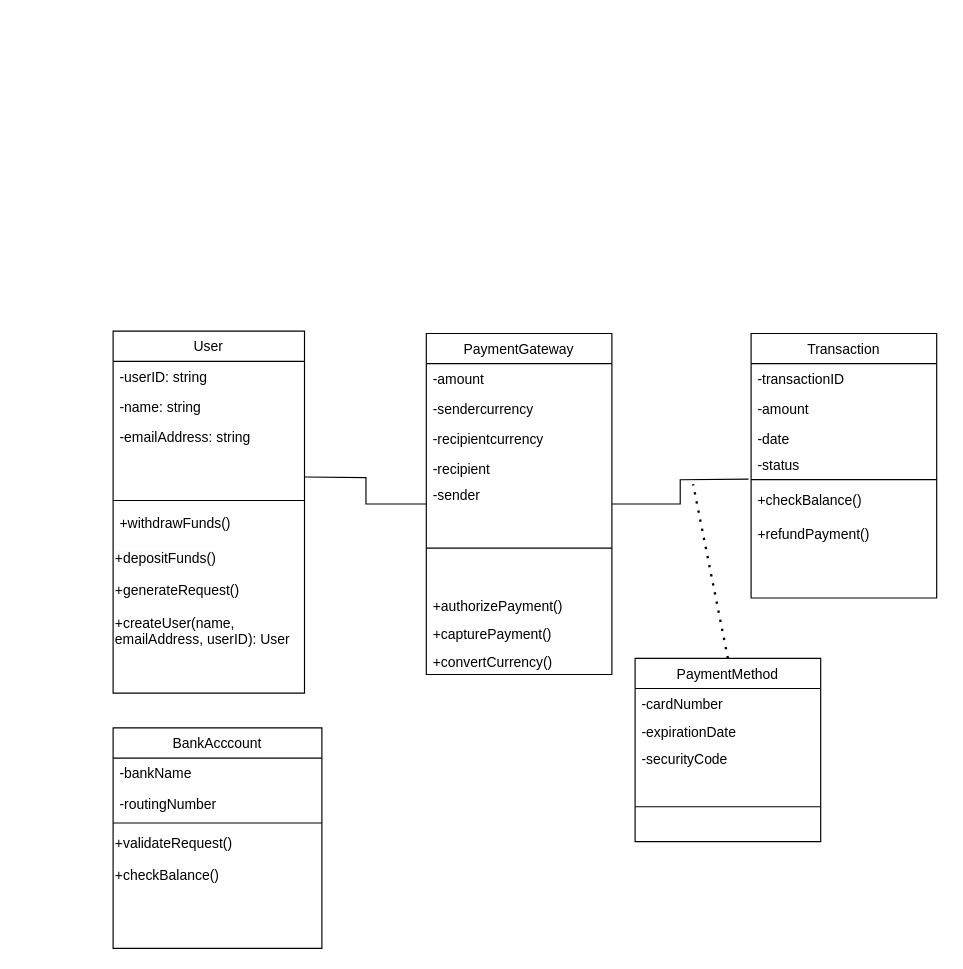
Earlier version of the draw.io diagram designclassdiagram.drawio (LordDdanielHan/test). Source tidied: cells renumbered, new cells numbered last; positions are measured from the earlier drawing's top-left corner, leaving out a move shared by most shapes. Both pictures are drawn from the tidied source at 116%, with x=0, y=0 at pixel (113, 331).
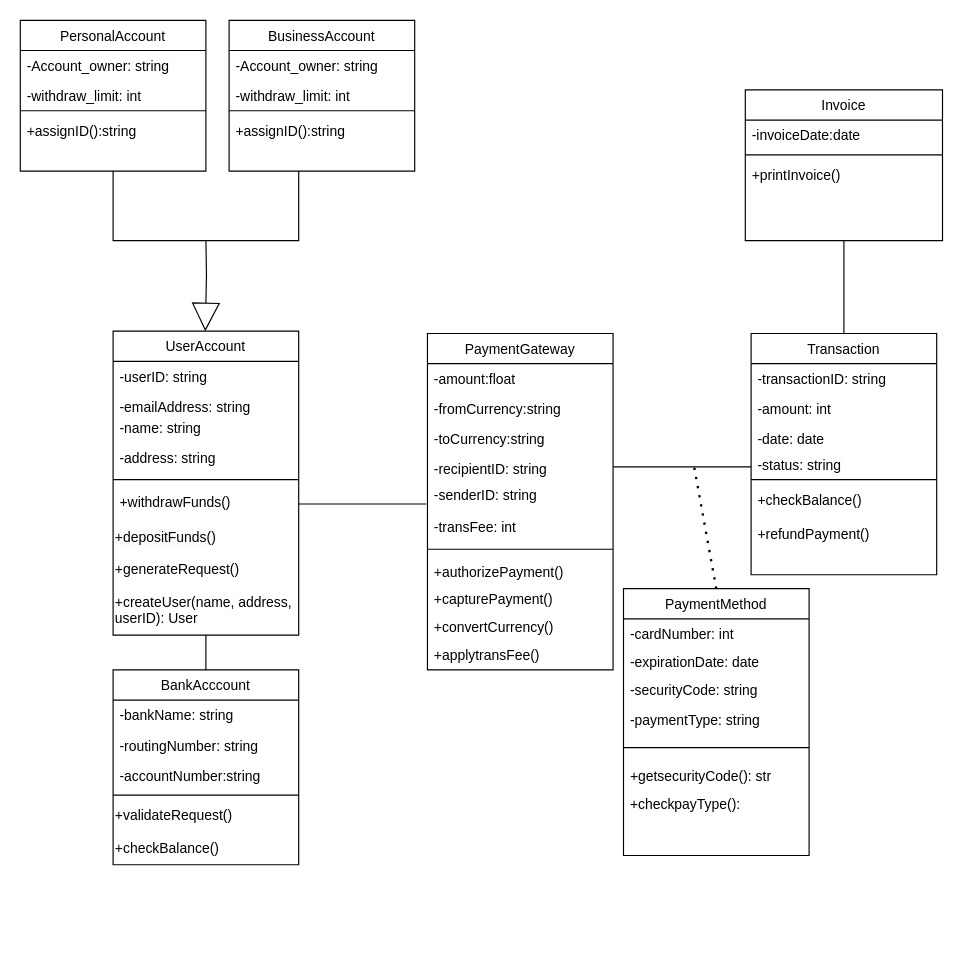
The same diagram, later.

What changed in the source:
```diff
@@
+    <mxCell id="43" style="edgeStyle=orthogonalEdgeStyle;rounded=0;orthogonalLoop=1;jettySize=auto;html=1;entryX=0.5;entryY=1;entryDx=0;entryDy=0;endArrow=block;endFill=0;strokeWidth=1;endSize=22;" parent="1" edge="1">
+      <mxGeometry relative="1" as="geometry">
+        <mxPoint x="80" y="-78" as="sourcePoint" />
+        <mxPoint x="79.5" as="targetPoint" />
+      </mxGeometry>
+    </mxCell>
-    <mxCell id="2" value="User" style="swimlane;fontStyle=0;align=center;verticalAlign=top;horizontal=1;startSize=26;rounded=0;shadow=0;strokeWidth=1;" parent="1" vertex="1">
-      <mxGeometry width="165" height="312" as="geometry" />
+    <mxCell id="2" value="UserAccount" style="swimlane;fontStyle=0;align=center;verticalAlign=top;horizontal=1;startSize=26;rounded=0;shadow=0;strokeWidth=1;" parent="1" vertex="1">
+      <mxGeometry width="160" height="262" as="geometry" />
     </mxCell>
     <mxCell id="3" value="-userID: string" style="text;align=left;verticalAlign=top;spacingLeft=4;spacingRight=4;overflow=hidden;" parent="2" vertex="1">
-      <mxGeometry y="26" width="165" height="26" as="geometry" />
+      <mxGeometry y="26" width="160" height="26" as="geometry" />
     </mxCell>
+    <mxCell id="5" value="-emailAddress: string&#10;" style="text;align=left;verticalAlign=top;spacingLeft=4;spacingRight=4;overflow=hidden;rounded=0;shadow=0;html=0;" parent="2" vertex="1">
+      <mxGeometry y="52" width="160" height="18" as="geometry" />
+    </mxCell>
     <mxCell id="4" value="-name: string" style="text;align=left;verticalAlign=top;spacingLeft=4;spacingRight=4;overflow=hidden;rounded=0;shadow=0;html=0;" parent="2" vertex="1">
-      <mxGeometry y="52" width="165" height="26" as="geometry" />
+      <mxGeometry y="70" width="160" height="26" as="geometry" />
     </mxCell>
-    <mxCell id="5" value="-emailAddress: string&#10;" style="text;align=left;verticalAlign=top;spacingLeft=4;spacingRight=4;overflow=hidden;rounded=0;shadow=0;html=0;" parent="2" vertex="1">
-      <mxGeometry y="78" width="165" height="62" as="geometry" />
-    </mxCell>
+    <mxCell id="44" value="-address: string" style="text;align=left;verticalAlign=top;spacingLeft=4;spacingRight=4;overflow=hidden;rounded=0;shadow=0;html=0;" parent="2" vertex="1">
+      <mxGeometry y="96" width="160" height="26" as="geometry" />
+    </mxCell>
     <mxCell id="6" style="line;html=1;strokeWidth=1;align=left;verticalAlign=middle;spacingTop=-1;spacingLeft=3;spacingRight=3;labelPosition=right;" parent="2" vertex="1">
-      <mxGeometry y="140" width="165" height="12" as="geometry" />
+      <mxGeometry y="122" width="160" height="12" as="geometry" />
     </mxCell>
     <mxCell id="7" value="+withdrawFunds()" style="text;align=left;verticalAlign=top;spacingLeft=4;spacingRight=4;overflow=hidden;points=[[0,0.5],[1,0.5]];portConstraint=eastwest;" parent="2" vertex="1">
-      <mxGeometry y="152" width="165" height="30" as="geometry" />
+      <mxGeometry y="134" width="160" height="30" as="geometry" />
     </mxCell>
     <mxCell id="8" value="&lt;span style=&quot;color: rgb(0, 0, 0); font-family: Helvetica; font-size: 12px; font-style: normal; font-variant-ligatures: normal; font-variant-caps: normal; font-weight: 400; letter-spacing: normal; orphans: 2; text-align: left; text-indent: 0px; text-transform: none; widows: 2; word-spacing: 0px; -webkit-text-stroke-width: 0px; white-space: nowrap; background-color: rgb(251, 251, 251); text-decoration-thickness: initial; text-decoration-style: initial; text-decoration-color: initial; display: inline !important; float: none;&quot;&gt;+depositFunds()&lt;/span&gt;" style="text;whiteSpace=wrap;html=1;" parent="2" vertex="1">
-      <mxGeometry y="182" width="165" height="28" as="geometry" />
+      <mxGeometry y="164" width="160" height="28" as="geometry" />
     </mxCell>
     <mxCell id="9" value="&lt;span style=&quot;text-wrap: nowrap;&quot;&gt;+generateRequest()&lt;/span&gt;" style="text;whiteSpace=wrap;html=1;" parent="2" vertex="1">
-      <mxGeometry y="210" width="165" height="28" as="geometry" />
+      <mxGeometry y="192" width="160" height="28" as="geometry" />
     </mxCell>
-    <mxCell id="10" value="&lt;span style=&quot;text-wrap: nowrap;&quot;&gt;+createUser(name,&amp;nbsp;&lt;/span&gt;&lt;div&gt;&lt;span style=&quot;text-wrap: nowrap;&quot;&gt;emailAddress, userID): User&lt;/span&gt;&lt;/div&gt;" style="text;whiteSpace=wrap;html=1;" parent="2" vertex="1">
-      <mxGeometry y="238" width="165" height="28" as="geometry" />
+    <mxCell id="10" value="&lt;span style=&quot;text-wrap: nowrap;&quot;&gt;+createUser(name, a&lt;/span&gt;&lt;span style=&quot;text-wrap: nowrap; background-color: initial;&quot;&gt;ddress,&amp;nbsp;&lt;/span&gt;&lt;div&gt;&lt;span style=&quot;text-wrap: nowrap; background-color: initial;&quot;&gt;userID): User&lt;/span&gt;&lt;/div&gt;" style="text;whiteSpace=wrap;html=1;" parent="2" vertex="1">
+      <mxGeometry y="220" width="160" height="28" as="geometry" />
     </mxCell>
+    <mxCell id="45" style="edgeStyle=orthogonalEdgeStyle;rounded=0;jettySize=auto;html=1;exitX=0.5;exitY=0;exitDx=0;exitDy=0;entryX=0.5;entryY=1;entryDx=0;entryDy=0;endArrow=none;endFill=0;" parent="1" edge="1" source="11" target="2">
+      <mxGeometry relative="1" as="geometry" />
+    </mxCell>
     <mxCell id="11" value="BankAcccount" style="swimlane;fontStyle=0;align=center;verticalAlign=top;horizontal=1;startSize=26;rounded=0;shadow=0;strokeWidth=1;" parent="1" vertex="1">
-      <mxGeometry y="342" width="180" height="190" as="geometry" />
+      <mxGeometry y="292" width="160" height="168" as="geometry" />
     </mxCell>
-    <mxCell id="12" value="-bankName" style="text;align=left;verticalAlign=top;spacingLeft=4;spacingRight=4;overflow=hidden;" parent="11" vertex="1">
-      <mxGeometry y="26" width="180" height="26" as="geometry" />
+    <mxCell id="12" value="-bankName: string" style="text;align=left;verticalAlign=top;spacingLeft=4;spacingRight=4;overflow=hidden;" parent="11" vertex="1">
+      <mxGeometry y="26" width="160" height="26" as="geometry" />
     </mxCell>
-    <mxCell id="13" value="-routingNumber" style="text;align=left;verticalAlign=top;spacingLeft=4;spacingRight=4;overflow=hidden;rounded=0;shadow=0;html=0;" parent="11" vertex="1">
-      <mxGeometry y="52" width="180" height="26" as="geometry" />
+    <mxCell id="13" value="-routingNumber: string" style="text;align=left;verticalAlign=top;spacingLeft=4;spacingRight=4;overflow=hidden;rounded=0;shadow=0;html=0;" parent="11" vertex="1">
+      <mxGeometry y="52" width="160" height="26" as="geometry" />
     </mxCell>
+    <mxCell id="46" value="-accountNumber:string" style="text;align=left;verticalAlign=top;spacingLeft=4;spacingRight=4;overflow=hidden;rounded=0;shadow=0;html=0;" parent="11" vertex="1">
+      <mxGeometry y="78" width="160" height="26" as="geometry" />
+    </mxCell>
     <mxCell id="14" style="line;html=1;strokeWidth=1;align=left;verticalAlign=middle;spacingTop=-1;spacingLeft=3;spacingRight=3;labelPosition=right;" parent="11" vertex="1">
-      <mxGeometry y="78" width="180" height="8" as="geometry" />
+      <mxGeometry y="104" width="160" height="8" as="geometry" />
     </mxCell>
     <mxCell id="15" value="&lt;span style=&quot;text-wrap: nowrap;&quot;&gt;+validateRequest()&lt;/span&gt;" style="text;whiteSpace=wrap;html=1;" parent="11" vertex="1">
-      <mxGeometry y="86" width="180" height="28" as="geometry" />
+      <mxGeometry y="112" width="160" height="28" as="geometry" />
     </mxCell>
     <mxCell id="16" value="&lt;span style=&quot;text-wrap: nowrap;&quot;&gt;+checkBalance()&lt;/span&gt;" style="text;whiteSpace=wrap;html=1;" parent="11" vertex="1">
-      <mxGeometry y="114" width="180" height="28" as="geometry" />
+      <mxGeometry y="140" width="160" height="28" as="geometry" />
     </mxCell>
+    <mxCell id="47" style="edgeStyle=orthogonalEdgeStyle;rounded=0;jettySize=auto;html=1;endArrow=none;endFill=0;" parent="1" edge="1" source="17">
+      <mxGeometry relative="1" as="geometry">
+        <mxPoint x="630" y="-78" as="targetPoint" />
+      </mxGeometry>
+    </mxCell>
     <mxCell id="17" value="Transaction" style="swimlane;fontStyle=0;align=center;verticalAlign=top;horizontal=1;startSize=26;rounded=0;shadow=0;strokeWidth=1;" parent="1" vertex="1">
-      <mxGeometry x="550" y="2" width="160" height="228" as="geometry" />
+      <mxGeometry x="550" y="2" width="160" height="208" as="geometry" />
     </mxCell>
-    <mxCell id="18" value="-transactionID" style="text;align=left;verticalAlign=top;spacingLeft=4;spacingRight=4;overflow=hidden;" parent="17" vertex="1">
+    <mxCell id="18" value="-transactionID: string" style="text;align=left;verticalAlign=top;spacingLeft=4;spacingRight=4;overflow=hidden;" parent="17" vertex="1">
       <mxGeometry y="26" width="160" height="26" as="geometry" />
     </mxCell>
-    <mxCell id="19" value="-amount" style="text;align=left;verticalAlign=top;spacingLeft=4;spacingRight=4;overflow=hidden;rounded=0;shadow=0;html=0;" parent="17" vertex="1">
+    <mxCell id="19" value="-amount: int" style="text;align=left;verticalAlign=top;spacingLeft=4;spacingRight=4;overflow=hidden;rounded=0;shadow=0;html=0;" parent="17" vertex="1">
       <mxGeometry y="52" width="160" height="26" as="geometry" />
     </mxCell>
-    <mxCell id="20" value="-date&#10;" style="text;align=left;verticalAlign=top;spacingLeft=4;spacingRight=4;overflow=hidden;rounded=0;shadow=0;html=0;" parent="17" vertex="1">
+    <mxCell id="20" value="-date: date&#10;" style="text;align=left;verticalAlign=top;spacingLeft=4;spacingRight=4;overflow=hidden;rounded=0;shadow=0;html=0;" parent="17" vertex="1">
       <mxGeometry y="78" width="160" height="22" as="geometry" />
     </mxCell>
-    <mxCell id="21" value="-status" style="text;align=left;verticalAlign=top;spacingLeft=4;spacingRight=4;overflow=hidden;points=[[0,0.5],[1,0.5]];portConstraint=eastwest;rounded=0;shadow=0;html=0;" parent="17" vertex="1">
+    <mxCell id="21" value="-status: string" style="text;align=left;verticalAlign=top;spacingLeft=4;spacingRight=4;overflow=hidden;points=[[0,0.5],[1,0.5]];portConstraint=eastwest;rounded=0;shadow=0;html=0;" parent="17" vertex="1">
       <mxGeometry y="100" width="160" height="22" as="geometry" />
     </mxCell>
@@
     <mxCell id="25" value="PaymentMethod" style="swimlane;fontStyle=0;align=center;verticalAlign=top;horizontal=1;startSize=26;rounded=0;shadow=0;strokeWidth=1;" parent="1" vertex="1">
-      <mxGeometry x="450" y="282" width="160" height="158" as="geometry" />
+      <mxGeometry x="440" y="222" width="160" height="230" as="geometry" />
     </mxCell>
-    <mxCell id="26" value="-cardNumber" style="text;align=left;verticalAlign=top;spacingLeft=4;spacingRight=4;overflow=hidden;" parent="25" vertex="1">
+    <mxCell id="26" value="-cardNumber: int" style="text;align=left;verticalAlign=top;spacingLeft=4;spacingRight=4;overflow=hidden;" parent="25" vertex="1">
       <mxGeometry y="26" width="160" height="24" as="geometry" />
     </mxCell>
-    <mxCell id="27" value="-expirationDate" style="text;align=left;verticalAlign=top;spacingLeft=4;spacingRight=4;overflow=hidden;" parent="25" vertex="1">
+    <mxCell id="27" value="-expirationDate: date" style="text;align=left;verticalAlign=top;spacingLeft=4;spacingRight=4;overflow=hidden;" parent="25" vertex="1">
       <mxGeometry y="50" width="160" height="24" as="geometry" />
     </mxCell>
-    <mxCell id="28" value="-securityCode" style="text;align=left;verticalAlign=top;spacingLeft=4;spacingRight=4;overflow=hidden;" parent="25" vertex="1">
-      <mxGeometry y="74" width="160" height="24" as="geometry" />
+    <mxCell id="28" value="-securityCode: string" style="text;align=left;verticalAlign=top;spacingLeft=4;spacingRight=4;overflow=hidden;" parent="25" vertex="1">
+      <mxGeometry y="74" width="160" height="26" as="geometry" />
     </mxCell>
+    <mxCell id="48" value="-paymentType: string" style="text;align=left;verticalAlign=top;spacingLeft=4;spacingRight=4;overflow=hidden;" parent="25" vertex="1">
+      <mxGeometry y="100" width="160" height="26" as="geometry" />
+    </mxCell>
     <mxCell id="29" style="line;html=1;strokeWidth=1;align=left;verticalAlign=middle;spacingTop=-1;spacingLeft=3;spacingRight=3;labelPosition=right;" parent="25" vertex="1">
-      <mxGeometry y="98" width="160" height="60" as="geometry" />
+      <mxGeometry y="126" width="160" height="22" as="geometry" />
     </mxCell>
+    <mxCell id="49" value="+getsecurityCode(): str" style="text;align=left;verticalAlign=top;spacingLeft=4;spacingRight=4;overflow=hidden;" parent="25" vertex="1">
+      <mxGeometry y="148" width="160" height="24" as="geometry" />
+    </mxCell>
+    <mxCell id="50" value="+checkpayType():" style="text;align=left;verticalAlign=top;spacingLeft=4;spacingRight=4;overflow=hidden;" parent="25" vertex="1">
+      <mxGeometry y="172" width="160" height="58" as="geometry" />
+    </mxCell>
     <mxCell id="30" value="PaymentGateway" style="swimlane;fontStyle=0;align=center;verticalAlign=top;horizontal=1;startSize=26;rounded=0;shadow=0;strokeWidth=1;" parent="1" vertex="1">
-      <mxGeometry x="270" y="2" width="160" height="294" as="geometry" />
+      <mxGeometry x="271" y="2" width="160" height="290" as="geometry" />
     </mxCell>
-    <mxCell id="31" value="-amount" style="text;align=left;verticalAlign=top;spacingLeft=4;spacingRight=4;overflow=hidden;" parent="30" vertex="1">
+    <mxCell id="31" value="-amount:float" style="text;align=left;verticalAlign=top;spacingLeft=4;spacingRight=4;overflow=hidden;" parent="30" vertex="1">
       <mxGeometry y="26" width="160" height="26" as="geometry" />
     </mxCell>
-    <mxCell id="32" value="-sendercurrency" style="text;align=left;verticalAlign=top;spacingLeft=4;spacingRight=4;overflow=hidden;" parent="30" vertex="1">
+    <mxCell id="32" value="-fromCurrency:string" style="text;align=left;verticalAlign=top;spacingLeft=4;spacingRight=4;overflow=hidden;" parent="30" vertex="1">
       <mxGeometry y="52" width="160" height="26" as="geometry" />
     </mxCell>
-    <mxCell id="33" value="-recipientcurrency" style="text;align=left;verticalAlign=top;spacingLeft=4;spacingRight=4;overflow=hidden;" parent="30" vertex="1">
+    <mxCell id="33" value="-toCurrency:string" style="text;align=left;verticalAlign=top;spacingLeft=4;spacingRight=4;overflow=hidden;" parent="30" vertex="1">
       <mxGeometry y="78" width="160" height="26" as="geometry" />
     </mxCell>
-    <mxCell id="34" value="-recipient" style="text;align=left;verticalAlign=top;spacingLeft=4;spacingRight=4;overflow=hidden;points=[[0,0.5],[1,0.5]];portConstraint=eastwest;rounded=0;shadow=0;html=0;" parent="30" vertex="1">
+    <mxCell id="34" value="-recipientID: string" style="text;align=left;verticalAlign=top;spacingLeft=4;spacingRight=4;overflow=hidden;points=[[0,0.5],[1,0.5]];portConstraint=eastwest;rounded=0;shadow=0;html=0;" parent="30" vertex="1">
       <mxGeometry y="104" width="160" height="22" as="geometry" />
     </mxCell>
-    <mxCell id="35" value="-sender" style="text;align=left;verticalAlign=top;spacingLeft=4;spacingRight=4;overflow=hidden;rounded=0;shadow=0;html=0;" parent="30" vertex="1">
-      <mxGeometry y="126" width="160" height="22" as="geometry" />
+    <mxCell id="35" value="-senderID: string&#10;&#10;-transFee: int" style="text;align=left;verticalAlign=top;spacingLeft=4;spacingRight=4;overflow=hidden;rounded=0;shadow=0;html=0;" parent="30" vertex="1">
+      <mxGeometry y="126" width="160" height="54" as="geometry" />
     </mxCell>
     <mxCell id="36" style="line;html=1;strokeWidth=1;align=left;verticalAlign=middle;spacingTop=-1;spacingLeft=3;spacingRight=3;labelPosition=right;" parent="30" vertex="1">
-      <mxGeometry y="148" width="160" height="74" as="geometry" />
+      <mxGeometry y="180" width="160" height="12" as="geometry" />
     </mxCell>
     <mxCell id="37" value="+authorizePayment()" style="text;align=left;verticalAlign=top;spacingLeft=4;spacingRight=4;overflow=hidden;" parent="30" vertex="1">
-      <mxGeometry y="222" width="160" height="24" as="geometry" />
+      <mxGeometry y="192" width="160" height="24" as="geometry" />
     </mxCell>
     <mxCell id="38" value="+capturePayment()" style="text;align=left;verticalAlign=top;spacingLeft=4;spacingRight=4;overflow=hidden;" parent="30" vertex="1">
-      <mxGeometry y="246" width="160" height="24" as="geometry" />
+      <mxGeometry y="216" width="160" height="24" as="geometry" />
     </mxCell>
-    <mxCell id="39" value="+convertCurrency()" style="text;align=left;verticalAlign=top;spacingLeft=4;spacingRight=4;overflow=hidden;" parent="30" vertex="1">
-      <mxGeometry y="270" width="160" height="24" as="geometry" />
+    <mxCell id="39" value="+convertCurrency()&#10;&#10;" style="text;align=left;verticalAlign=top;spacingLeft=4;spacingRight=4;overflow=hidden;" parent="30" vertex="1">
+      <mxGeometry y="240" width="160" height="24" as="geometry" />
     </mxCell>
+    <mxCell id="51" value="+applytransFee()" style="text;align=left;verticalAlign=top;spacingLeft=4;spacingRight=4;overflow=hidden;" parent="30" vertex="1">
+      <mxGeometry y="264" width="160" height="24" as="geometry" />
+    </mxCell>
-    <mxCell id="40" style="endArrow=none;dashed=1;html=1;dashPattern=1 3;strokeWidth=2;rounded=0;exitX=0.5;exitY=0;exitDx=0;exitDy=0;" parent="1" edge="1" source="25">
+    <mxCell id="40" style="endArrow=none;dashed=1;html=1;dashPattern=1 3;strokeWidth=2;rounded=0;exitX=0.5;exitY=0;exitDx=0;exitDy=0;" parent="1" edge="1">
       <mxGeometry relative="1" as="geometry">
-        <mxPoint x="500" y="132" as="targetPoint" />
+        <mxPoint x="520" y="222" as="sourcePoint" />
+        <mxPoint x="500" y="112" as="targetPoint" />
       </mxGeometry>
     </mxCell>
-    <mxCell id="41" style="edgeStyle=orthogonalEdgeStyle;rounded=0;jettySize=auto;html=1;exitX=1;exitY=0.5;exitDx=0;exitDy=0;endArrow=none;endFill=0;entryX=0;entryY=0.5;entryDx=0;entryDy=0;" parent="1" edge="1" target="30">
-      <mxGeometry relative="1" as="geometry">
-        <mxPoint x="165" y="125.7" as="sourcePoint" />
-      </mxGeometry>
-    </mxCell>
-    <mxCell id="42" style="edgeStyle=orthogonalEdgeStyle;rounded=0;jettySize=auto;html=1;exitX=1;exitY=0.5;exitDx=0;exitDy=0;entryX=-0.014;entryY=0.163;entryDx=0;entryDy=0;entryPerimeter=0;endArrow=none;endFill=0;" parent="1" edge="1" source="30">
-      <mxGeometry relative="1" as="geometry">
-        <mxPoint x="547.8" y="127.6" as="targetPoint" />
-      </mxGeometry>
-    </mxCell>
+    <mxCell id="52" style="edgeStyle=orthogonalEdgeStyle;rounded=0;jettySize=auto;html=1;exitX=1;exitY=0.5;exitDx=0;exitDy=0;entryX=0;entryY=0.682;entryDx=0;entryDy=0;entryPerimeter=0;endArrow=none;endFill=0;" parent="1" edge="1" source="34" target="21">
+      <mxGeometry relative="1" as="geometry" />
+    </mxCell>
+    <mxCell id="53" style="edgeStyle=orthogonalEdgeStyle;rounded=0;jettySize=auto;html=1;exitX=1;exitY=0.5;exitDx=0;exitDy=0;endArrow=none;endFill=0;" parent="1" edge="1" source="7">
+      <mxGeometry relative="1" as="geometry">
+        <mxPoint x="270" y="149" as="targetPoint" />
+      </mxGeometry>
+    </mxCell>
+    <mxCell id="54" value="BusinessAccount" style="swimlane;fontStyle=0;align=center;verticalAlign=top;horizontal=1;startSize=26;rounded=0;shadow=0;strokeWidth=1;" parent="1" vertex="1">
+      <mxGeometry x="100" y="-268" width="160" height="130" as="geometry" />
+    </mxCell>
+    <mxCell id="55" value="-Account_owner: string" style="text;align=left;verticalAlign=top;spacingLeft=4;spacingRight=4;overflow=hidden;rounded=0;shadow=0;html=0;" parent="54" vertex="1">
+      <mxGeometry y="26" width="160" height="26" as="geometry" />
+    </mxCell>
+    <mxCell id="56" value="-withdraw_limit: int" style="text;align=left;verticalAlign=top;spacingLeft=4;spacingRight=4;overflow=hidden;rounded=0;shadow=0;html=0;" parent="54" vertex="1">
+      <mxGeometry y="52" width="160" height="22" as="geometry" />
+    </mxCell>
+    <mxCell id="57" style="line;html=1;strokeWidth=1;align=left;verticalAlign=middle;spacingTop=-1;spacingLeft=3;spacingRight=3;labelPosition=right;" parent="54" vertex="1">
+      <mxGeometry y="74" width="160" height="8" as="geometry" />
+    </mxCell>
+    <mxCell id="58" value="+assignID():string" style="text;align=left;verticalAlign=top;spacingLeft=4;spacingRight=4;overflow=hidden;" parent="54" vertex="1">
+      <mxGeometry y="82" width="160" height="30" as="geometry" />
+    </mxCell>
+    <mxCell id="59" value="PersonalAccount" style="swimlane;fontStyle=0;align=center;verticalAlign=top;horizontal=1;startSize=26;rounded=0;shadow=0;strokeWidth=1;" parent="1" vertex="1">
+      <mxGeometry x="-80" y="-268" width="160" height="130" as="geometry" />
+    </mxCell>
+    <mxCell id="60" value="-Account_owner: string" style="text;align=left;verticalAlign=top;spacingLeft=4;spacingRight=4;overflow=hidden;rounded=0;shadow=0;html=0;" parent="59" vertex="1">
+      <mxGeometry y="26" width="160" height="26" as="geometry" />
+    </mxCell>
+    <mxCell id="61" value="-withdraw_limit: int" style="text;align=left;verticalAlign=top;spacingLeft=4;spacingRight=4;overflow=hidden;rounded=0;shadow=0;html=0;" parent="59" vertex="1">
+      <mxGeometry y="52" width="160" height="22" as="geometry" />
+    </mxCell>
+    <mxCell id="62" style="line;html=1;strokeWidth=1;align=left;verticalAlign=middle;spacingTop=-1;spacingLeft=3;spacingRight=3;labelPosition=right;" parent="59" vertex="1">
+      <mxGeometry y="74" width="160" height="8" as="geometry" />
+    </mxCell>
+    <mxCell id="63" value="+assignID():string" style="text;align=left;verticalAlign=top;spacingLeft=4;spacingRight=4;overflow=hidden;" parent="59" vertex="1">
+      <mxGeometry y="82" width="160" height="30" as="geometry" />
+    </mxCell>
+    <mxCell id="64" style="endArrow=none;html=1;rounded=0;exitX=0.5;exitY=1;exitDx=0;exitDy=0;" parent="1" edge="1" source="59">
+      <mxGeometry relative="1" as="geometry">
+        <mxPoint x="80" y="-78" as="targetPoint" />
+        <Array as="points">
+          <mxPoint y="-78" />
+        </Array>
+      </mxGeometry>
+    </mxCell>
+    <mxCell id="65" style="endArrow=none;html=1;rounded=0;" parent="1" edge="1">
+      <mxGeometry relative="1" as="geometry">
+        <mxPoint x="80" y="-78" as="sourcePoint" />
+        <mxPoint x="160" y="-138" as="targetPoint" />
+        <Array as="points">
+          <mxPoint x="160" y="-78" />
+        </Array>
+      </mxGeometry>
+    </mxCell>
+    <mxCell id="66" value="Invoice" style="swimlane;fontStyle=0;align=center;verticalAlign=top;horizontal=1;startSize=26;rounded=0;shadow=0;strokeWidth=1;" parent="1" vertex="1">
+      <mxGeometry x="545" y="-208" width="170" height="130" as="geometry" />
+    </mxCell>
+    <mxCell id="67" value="-invoiceDate:date&#10;" style="text;align=left;verticalAlign=top;spacingLeft=4;spacingRight=4;overflow=hidden;" parent="66" vertex="1">
+      <mxGeometry y="26" width="170" height="26" as="geometry" />
+    </mxCell>
+    <mxCell id="68" style="line;html=1;strokeWidth=1;align=left;verticalAlign=middle;spacingTop=-1;spacingLeft=3;spacingRight=3;labelPosition=right;" parent="66" vertex="1">
+      <mxGeometry y="52" width="170" height="8" as="geometry" />
+    </mxCell>
+    <mxCell id="69" value="+printInvoice()" style="text;align=left;verticalAlign=top;spacingLeft=4;spacingRight=4;overflow=hidden;" parent="66" vertex="1">
+      <mxGeometry y="60" width="170" height="30" as="geometry" />
+    </mxCell>
```
